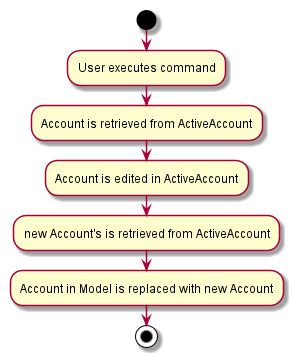
Before: docs/images/EditAccountActivityDiagram.png, a diagram exported from PlantUML (nus-cs2103-AY2021S1/tp). Its diagram source:
```plantuml
@startuml
start
:User executes command;


:Account is retrieved from ActiveAccount;
:Account is edited in ActiveAccount;
:new Account's is retrieved from ActiveAccount;
:Account in Model is replaced with new Account;

stop
@enduml
```
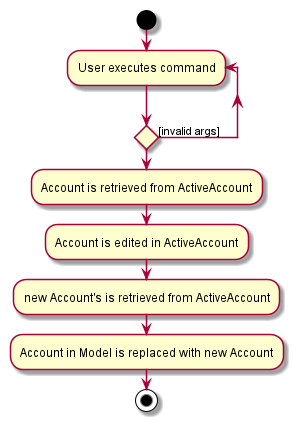
After the change.

Commit message:
Update activity diagram

Diff of the diagram source:
```diff
@@ -1,8 +1,7 @@
 @startuml
 start
-:User executes command;
-
-
+repeat :User executes command;
+repeat  while () is ([invalid args])
 :Account is retrieved from ActiveAccount;
 :Account is edited in ActiveAccount;
 :new Account's is retrieved from ActiveAccount;
```
